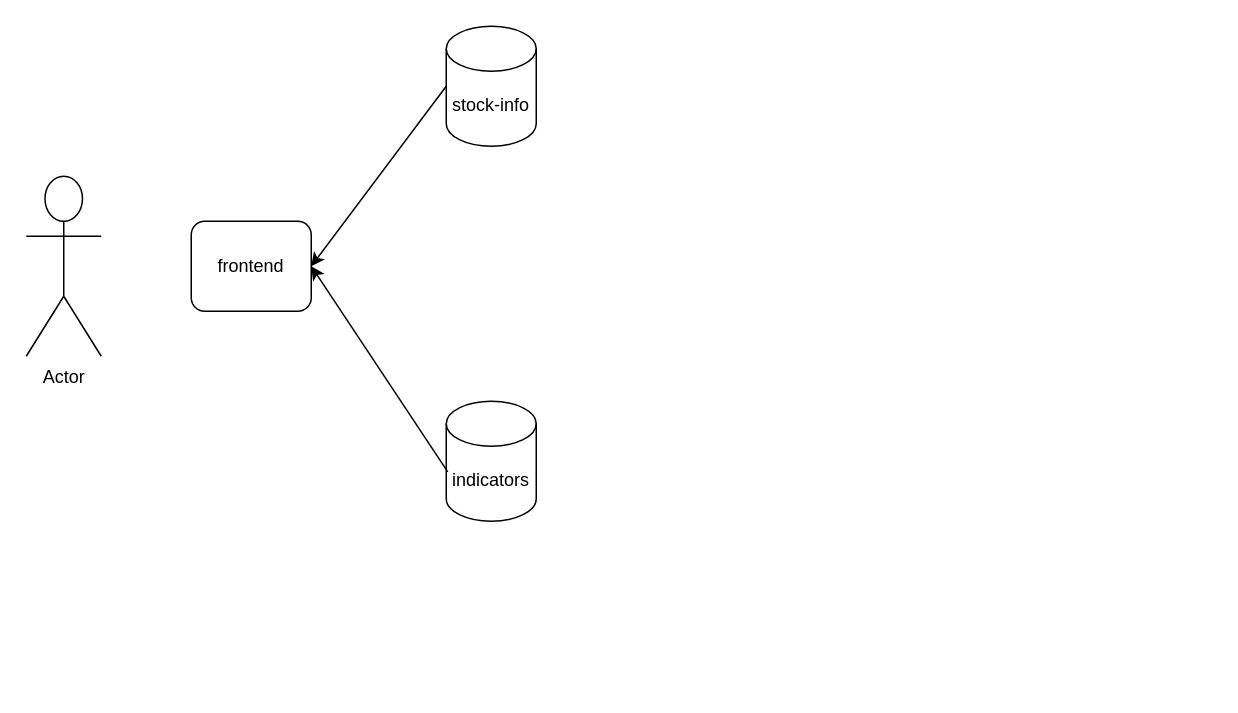
Earlier version of the draw.io diagram Untitled Diagram.drawio (Anabra/wsb-stockroby-diagrams). Source tidied: cells renumbered, new cells numbered last; positions are measured from the earlier drawing's top-left corner, leaving out a move shared by most shapes. Both pictures are drawn from the tidied source at 150%, with x=0, y=0 at pixel (26, 26).
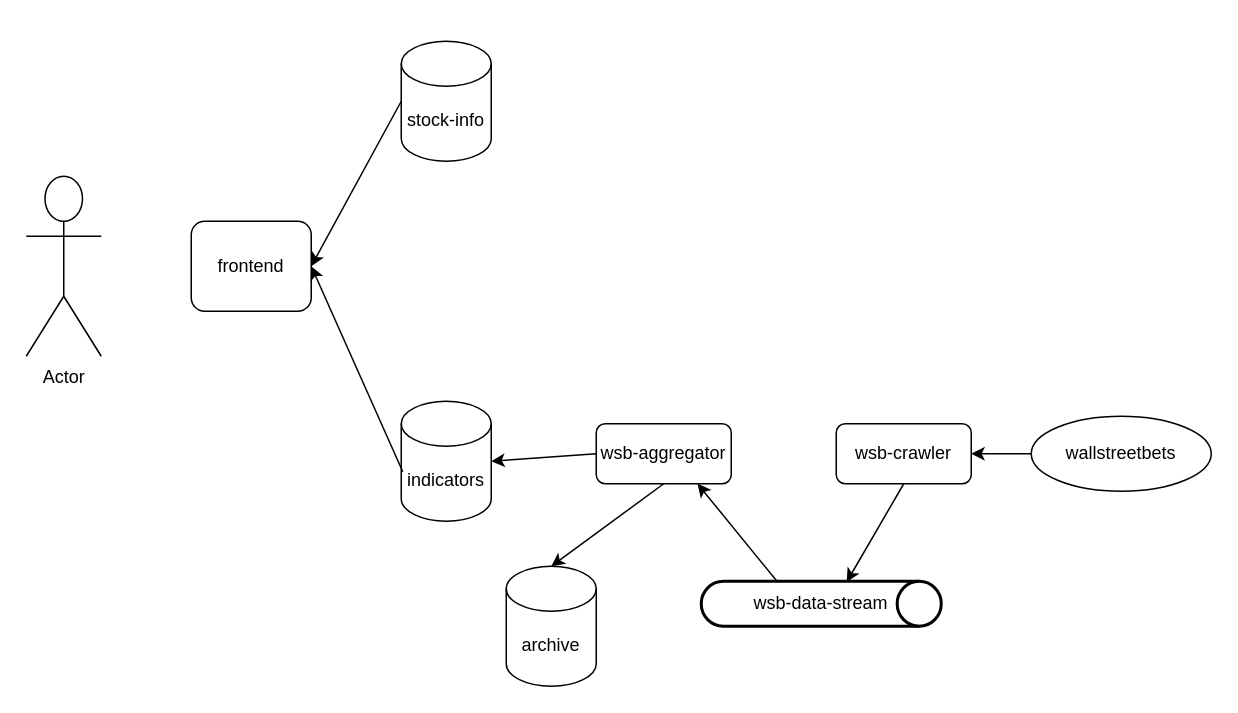
The same diagram, later.

Commit message:
add wsb side

The edit, as a diff of the source:
```diff
@@
 <mxGraphModel>
   <root>
     <mxCell id="0" />
     <mxCell id="1" parent="0" />
     <mxCell id="2" value="Actor" style="shape=umlActor;verticalLabelPosition=bottom;verticalAlign=top;html=1;" parent="1" vertex="1">
       <mxGeometry y="100" width="50" height="120" as="geometry" />
     </mxCell>
     <mxCell id="3" value="frontend" style="rounded=1;whiteSpace=wrap;html=1;" parent="1" vertex="1">
       <mxGeometry x="110" y="130" width="80" height="60" as="geometry" />
     </mxCell>
     <mxCell id="4" value="stock-info" style="shape=cylinder3;whiteSpace=wrap;html=1;boundedLbl=1;backgroundOutline=1;size=15;" parent="1" vertex="1">
-      <mxGeometry x="280" width="60" height="80" as="geometry" />
+      <mxGeometry x="250" y="10" width="60" height="80" as="geometry" />
     </mxCell>
     <mxCell id="5" value="indicators" style="shape=cylinder3;whiteSpace=wrap;html=1;boundedLbl=1;backgroundOutline=1;size=15;" parent="1" vertex="1">
-      <mxGeometry x="280" y="250" width="60" height="80" as="geometry" />
+      <mxGeometry x="250" y="250" width="60" height="80" as="geometry" />
     </mxCell>
     <mxCell id="6" style="endArrow=classic;html=1;rounded=0;entryX=1;entryY=0.5;entryDx=0;entryDy=0;exitX=0;exitY=0.5;exitDx=0;exitDy=0;exitPerimeter=0;" parent="1" edge="1" source="4" target="3">
       <mxGeometry relative="1" as="geometry" />
     </mxCell>
     <mxCell id="7" style="endArrow=classic;html=1;rounded=0;entryX=1;entryY=0.5;entryDx=0;entryDy=0;exitX=0.017;exitY=0.588;exitDx=0;exitDy=0;exitPerimeter=0;" parent="1" edge="1" source="5" target="3">
       <mxGeometry relative="1" as="geometry" />
     </mxCell>
+    <mxCell id="8" value="wsb-crawler" style="rounded=1;whiteSpace=wrap;html=1;" parent="1" vertex="1">
+      <mxGeometry x="540" y="265" width="90" height="40" as="geometry" />
+    </mxCell>
+    <mxCell id="9" value="wallstreetbets" style="ellipse;whiteSpace=wrap;html=1;" parent="1" vertex="1">
+      <mxGeometry x="670" y="260" width="120" height="50" as="geometry" />
+    </mxCell>
+    <mxCell id="10" value="wsb-aggregator" style="rounded=1;whiteSpace=wrap;html=1;" parent="1" vertex="1">
+      <mxGeometry x="380" y="265" width="90" height="40" as="geometry" />
+    </mxCell>
+    <mxCell id="11" value="wsb-data-stream" style="strokeWidth=2;html=1;shape=mxgraph.flowchart.direct_data;whiteSpace=wrap;" parent="1" vertex="1">
+      <mxGeometry x="450" y="370" width="160" height="30" as="geometry" />
+    </mxCell>
+    <mxCell id="12" value="archive" style="shape=cylinder3;whiteSpace=wrap;html=1;boundedLbl=1;backgroundOutline=1;size=15;" parent="1" vertex="1">
+      <mxGeometry x="320" y="360" width="60" height="80" as="geometry" />
+    </mxCell>
+    <mxCell id="13" style="endArrow=classic;html=1;rounded=0;entryX=1;entryY=0.5;entryDx=0;entryDy=0;entryPerimeter=0;exitX=0;exitY=0.5;exitDx=0;exitDy=0;" parent="1" edge="1" source="10" target="5">
+      <mxGeometry relative="1" as="geometry" />
+    </mxCell>
+    <mxCell id="14" style="endArrow=classic;html=1;rounded=0;entryX=0.5;entryY=0;entryDx=0;entryDy=0;entryPerimeter=0;exitX=0.5;exitY=1;exitDx=0;exitDy=0;" parent="1" edge="1" source="10" target="12">
+      <mxGeometry relative="1" as="geometry" />
+    </mxCell>
+    <mxCell id="15" style="endArrow=classic;html=1;rounded=0;entryX=0.75;entryY=1;entryDx=0;entryDy=0;exitX=0.313;exitY=-0.017;exitDx=0;exitDy=0;exitPerimeter=0;" parent="1" edge="1" source="11" target="10">
+      <mxGeometry relative="1" as="geometry" />
+    </mxCell>
+    <mxCell id="16" style="endArrow=classic;html=1;rounded=0;entryX=0.606;entryY=0.017;entryDx=0;entryDy=0;entryPerimeter=0;exitX=0.5;exitY=1;exitDx=0;exitDy=0;" parent="1" edge="1" source="8" target="11">
+      <mxGeometry relative="1" as="geometry" />
+    </mxCell>
+    <mxCell id="17" style="endArrow=classic;html=1;rounded=0;entryX=1;entryY=0.5;entryDx=0;entryDy=0;exitX=0;exitY=0.5;exitDx=0;exitDy=0;" parent="1" edge="1" source="9" target="8">
+      <mxGeometry relative="1" as="geometry" />
+    </mxCell>
   </root>
 </mxGraphModel>
```
